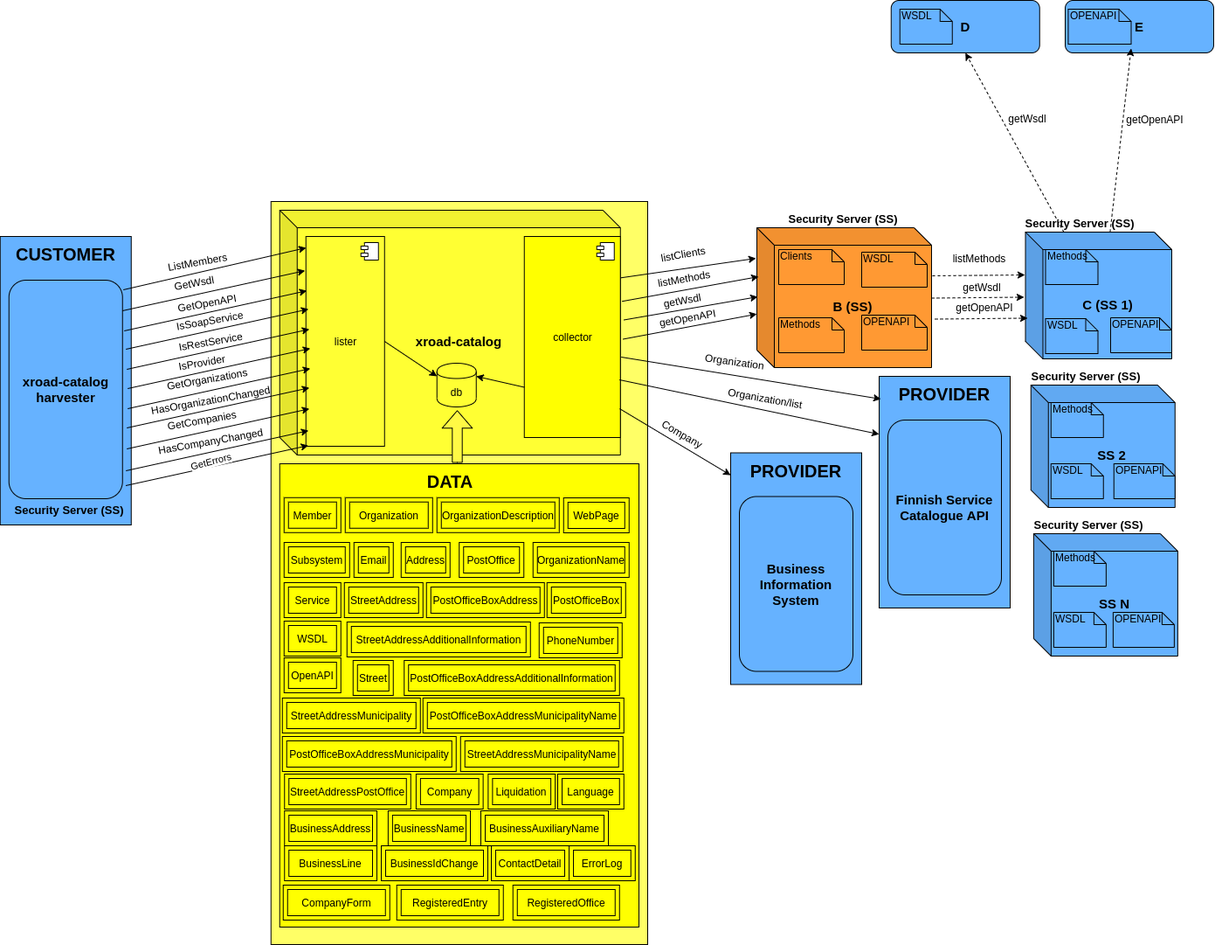
This is architecture.png from vrk-kpa/xroad-catalog, a draw.io export, as it was before one commit. Source tidied: cells renumbered, new cells last; positions are measured from the earlier drawing's top-left corner, leaving out a move shared by most shapes.
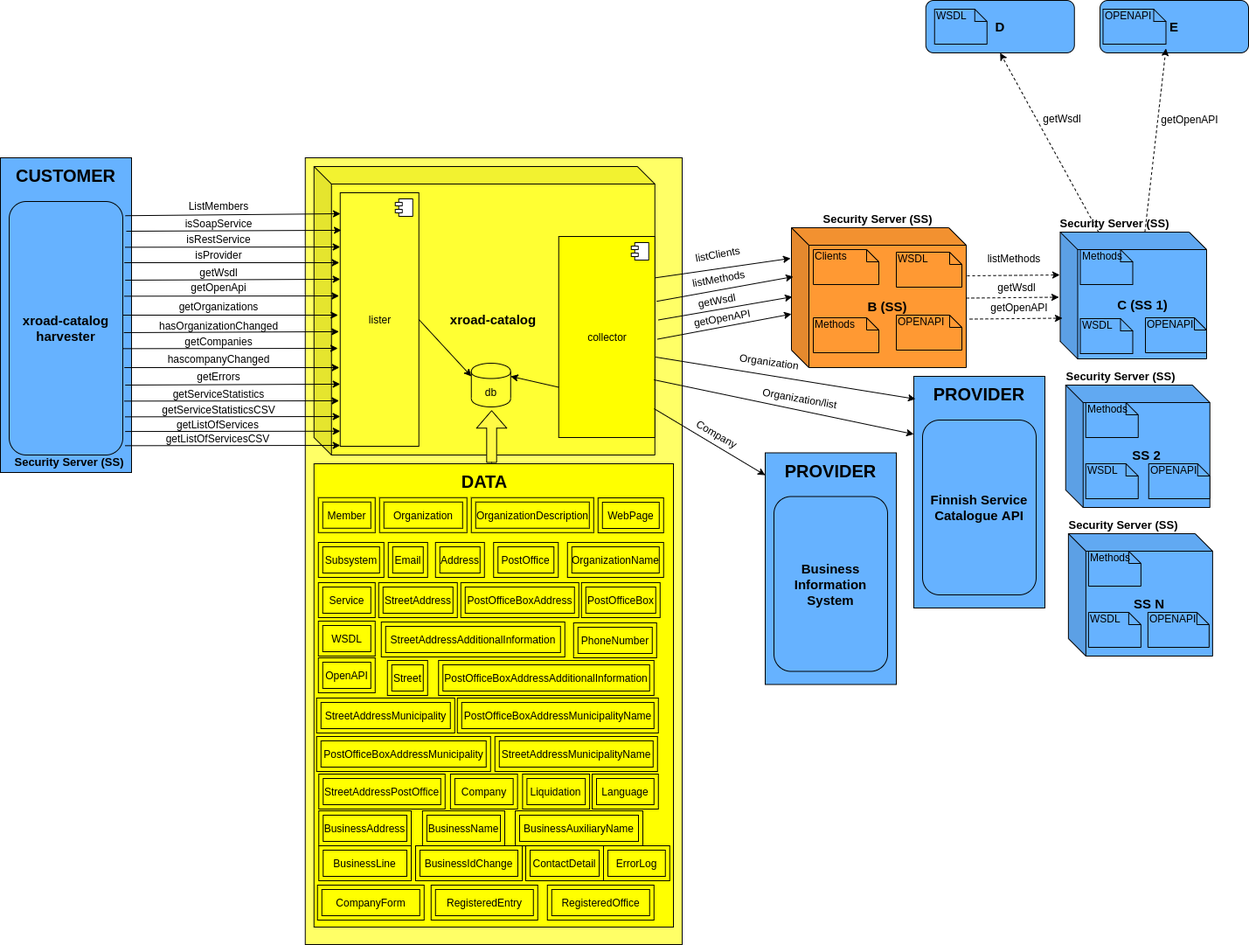
The same file after the commit.

Change to the diagram source:
```diff
@@ -109,9 +109,9 @@
     <mxCell id="34" style="rounded=0;whiteSpace=wrap;html=1;fontSize=15;fillColor=#FFFF66;" parent="1" vertex="1">
-      <mxGeometry x="309.8" y="230" width="431.2" height="850" as="geometry" />
+      <mxGeometry x="309.8" y="180" width="431.2" height="900" as="geometry" />
     </mxCell>
     <mxCell id="35" style="rounded=0;whiteSpace=wrap;html=1;fillColor=#66B2FF;fontSize=20;" parent="1" vertex="1">
-      <mxGeometry x="-0.2" y="270" width="150" height="330" as="geometry" />
+      <mxGeometry x="-39" y="180" width="150" height="360" as="geometry" />
     </mxCell>
     <mxCell id="36" value="xroad-catalog harvester" style="rounded=1;whiteSpace=wrap;html=1;fontSize=15;fontStyle=1;fillColor=#66B2FF;" parent="1" vertex="1">
-      <mxGeometry x="9.8" y="320" width="130" height="250" as="geometry" />
+      <mxGeometry x="-29" y="230" width="130" height="290" as="geometry" />
     </mxCell>
@@ -123,7 +123,7 @@
     </mxCell>
-    <mxCell id="39" value="ListMembers" style="text;html=1;strokeColor=none;fillColor=none;align=center;verticalAlign=middle;whiteSpace=wrap;rounded=0;rotation=-10;" parent="1" vertex="1">
-      <mxGeometry x="206" y="289" width="40" height="20" as="geometry" />
+    <mxCell id="39" value="ListMembers" style="text;html=1;strokeColor=none;fillColor=none;align=center;verticalAlign=middle;whiteSpace=wrap;rounded=0;rotation=0;" parent="1" vertex="1">
+      <mxGeometry x="191" y="225" width="40" height="20" as="geometry" />
     </mxCell>
     <mxCell id="40" value="&lt;b style=&quot;font-size: 20px&quot;&gt;CUSTOMER&lt;/b&gt;" style="text;html=1;strokeColor=none;fillColor=none;align=center;verticalAlign=middle;whiteSpace=wrap;rounded=0;fontSize=20;" parent="1" vertex="1">
-      <mxGeometry x="39.8" y="280" width="70" height="20" as="geometry" />
+      <mxGeometry x="1" y="190" width="70" height="20" as="geometry" />
     </mxCell>
@@ -133,9 +133,9 @@
     <mxCell id="42" value="&lt;b style=&quot;font-size: 13px;&quot;&gt;Security Server (SS)&lt;/b&gt;" style="text;html=1;strokeColor=none;fillColor=none;align=center;verticalAlign=middle;whiteSpace=wrap;rounded=0;fontSize=13;" parent="1" vertex="1">
-      <mxGeometry x="9.8" y="575" width="137.5" height="15" as="geometry" />
+      <mxGeometry x="-29" y="520" width="137.5" height="15" as="geometry" />
     </mxCell>
     <mxCell id="43" value="xroad-catalog" style="shape=cube;whiteSpace=wrap;html=1;boundedLbl=1;backgroundOutline=1;darkOpacity=0.05;darkOpacity2=0.1;fillColor=#FFFF33;fontSize=15;fontStyle=1;" parent="1" vertex="1">
-      <mxGeometry x="319.8" y="240" width="390" height="280" as="geometry" />
+      <mxGeometry x="319.8" y="190" width="390" height="330" as="geometry" />
     </mxCell>
     <mxCell id="44" value="lister" style="html=1;fillColor=#FFFF33;" parent="1" vertex="1">
-      <mxGeometry x="349.8" y="270" width="90" height="240" as="geometry" />
+      <mxGeometry x="349.8" y="220" width="90" height="290" as="geometry" />
     </mxCell>
@@ -157,25 +157,2 @@
     </mxCell>
-    <mxCell id="49" style="endArrow=classic;html=1;exitX=1;exitY=0.25;exitDx=0;exitDy=0;entryX=-0.011;entryY=0.163;entryDx=0;entryDy=0;entryPerimeter=0;" parent="1" edge="1" target="44">
-      <mxGeometry relative="1" as="geometry">
-        <mxPoint x="139.8" y="355" as="sourcePoint" />
-      </mxGeometry>
-    </mxCell>
-    <mxCell id="50" value="GetWsdl" style="text;html=1;strokeColor=none;fillColor=none;align=center;verticalAlign=middle;whiteSpace=wrap;rounded=0;rotation=-10;" parent="1" vertex="1">
-      <mxGeometry x="202" y="313" width="40" height="20" as="geometry" />
-    </mxCell>
-    <mxCell id="51" value="GetOpenAPI" style="text;html=1;strokeColor=none;fillColor=none;align=center;verticalAlign=middle;whiteSpace=wrap;rounded=0;rotation=-10;" parent="1" vertex="1">
-      <mxGeometry x="217" y="336" width="40" height="20" as="geometry" />
-    </mxCell>
-    <mxCell id="52" value="IsSoapService" style="text;html=1;strokeColor=none;fillColor=none;align=center;verticalAlign=middle;whiteSpace=wrap;rounded=0;rotation=-10;" parent="1" vertex="1">
-      <mxGeometry x="220" y="356" width="40" height="20" as="geometry" />
-    </mxCell>
-    <mxCell id="53" value="IsProvider" style="text;html=1;strokeColor=none;fillColor=none;align=center;verticalAlign=middle;whiteSpace=wrap;rounded=0;rotation=-10;" parent="1" vertex="1">
-      <mxGeometry x="211" y="404" width="40" height="20" as="geometry" />
-    </mxCell>
-    <mxCell id="54" value="GetOrganizations" style="text;html=1;strokeColor=none;fillColor=none;align=center;verticalAlign=middle;whiteSpace=wrap;rounded=0;rotation=-10;" parent="1" vertex="1">
-      <mxGeometry x="217" y="423" width="40" height="20" as="geometry" />
-    </mxCell>
-    <mxCell id="55" value="HasOrganizationChanged" style="text;html=1;strokeColor=none;fillColor=none;align=center;verticalAlign=middle;whiteSpace=wrap;rounded=0;rotation=-10;" parent="1" vertex="1">
-      <mxGeometry x="221" y="447" width="40" height="20" as="geometry" />
-    </mxCell>
     <mxCell id="56" style="endArrow=classic;html=1;exitX=1;exitY=0.5;exitDx=0;exitDy=0;entryX=0;entryY=0.3;entryDx=0;entryDy=0;" parent="1" edge="1" source="44" target="48">
@@ -183,10 +160,7 @@
     </mxCell>
-    <mxCell id="57" style="endArrow=classic;html=1;exitX=1;exitY=0.25;exitDx=0;exitDy=0;entryX=0.003;entryY=0.054;entryDx=0;entryDy=0;entryPerimeter=0;" parent="1" edge="1" target="44">
+    <mxCell id="57" style="endArrow=classic;html=1;exitX=1.023;exitY=0.056;exitDx=0;exitDy=0;exitPerimeter=0;" parent="1" edge="1" source="36">
       <mxGeometry relative="1" as="geometry">
-        <mxPoint x="140.8" y="331" as="sourcePoint" />
+        <mxPoint x="350" y="244" as="targetPoint" />
       </mxGeometry>
     </mxCell>
-    <mxCell id="58" value="IsRestService" style="text;html=1;strokeColor=none;fillColor=none;align=center;verticalAlign=middle;whiteSpace=wrap;rounded=0;rotation=-10;" parent="1" vertex="1">
-      <mxGeometry x="221" y="380" width="40" height="20" as="geometry" />
-    </mxCell>
     <mxCell id="59" style="endArrow=classic;html=1;entryX=1;entryY=0.3;entryDx=0;entryDy=0;exitX=0;exitY=0.75;exitDx=0;exitDy=0;" parent="1" edge="1" source="46" target="48">
@@ -351,56 +325,2 @@
     </mxCell>
-    <mxCell id="108" style="endArrow=classic;html=1;exitX=1;exitY=0.25;exitDx=0;exitDy=0;entryX=-0.011;entryY=0.163;entryDx=0;entryDy=0;entryPerimeter=0;" parent="1" edge="1">
-      <mxGeometry relative="1" as="geometry">
-        <mxPoint x="141.8" y="378" as="sourcePoint" />
-        <mxPoint x="350.8" y="332.1" as="targetPoint" />
-      </mxGeometry>
-    </mxCell>
-    <mxCell id="109" style="endArrow=classic;html=1;exitX=1;exitY=0.25;exitDx=0;exitDy=0;entryX=-0.011;entryY=0.163;entryDx=0;entryDy=0;entryPerimeter=0;" parent="1" edge="1">
-      <mxGeometry relative="1" as="geometry">
-        <mxPoint x="143.8" y="399" as="sourcePoint" />
-        <mxPoint x="352.8" y="353.1" as="targetPoint" />
-      </mxGeometry>
-    </mxCell>
-    <mxCell id="110" style="endArrow=classic;html=1;exitX=1;exitY=0.25;exitDx=0;exitDy=0;entryX=-0.011;entryY=0.163;entryDx=0;entryDy=0;entryPerimeter=0;" parent="1" edge="1">
-      <mxGeometry relative="1" as="geometry">
-        <mxPoint x="144.8" y="422" as="sourcePoint" />
-        <mxPoint x="353.8" y="376.1" as="targetPoint" />
-      </mxGeometry>
-    </mxCell>
-    <mxCell id="111" style="endArrow=classic;html=1;exitX=1;exitY=0.25;exitDx=0;exitDy=0;entryX=-0.011;entryY=0.163;entryDx=0;entryDy=0;entryPerimeter=0;" parent="1" edge="1">
-      <mxGeometry relative="1" as="geometry">
-        <mxPoint x="145.8" y="444" as="sourcePoint" />
-        <mxPoint x="354.8" y="398.1" as="targetPoint" />
-      </mxGeometry>
-    </mxCell>
-    <mxCell id="112" style="endArrow=classic;html=1;exitX=1;exitY=0.25;exitDx=0;exitDy=0;entryX=-0.011;entryY=0.163;entryDx=0;entryDy=0;entryPerimeter=0;" parent="1" edge="1">
-      <mxGeometry relative="1" as="geometry">
-        <mxPoint x="145.8" y="467" as="sourcePoint" />
-        <mxPoint x="354.8" y="421.1" as="targetPoint" />
-      </mxGeometry>
-    </mxCell>
-    <mxCell id="113" style="endArrow=classic;html=1;exitX=1;exitY=0.25;exitDx=0;exitDy=0;entryX=-0.011;entryY=0.163;entryDx=0;entryDy=0;entryPerimeter=0;" parent="1" edge="1">
-      <mxGeometry relative="1" as="geometry">
-        <mxPoint x="144.8" y="489" as="sourcePoint" />
-        <mxPoint x="353.8" y="443.1" as="targetPoint" />
-      </mxGeometry>
-    </mxCell>
-    <mxCell id="114" style="endArrow=classic;html=1;exitX=1;exitY=0.25;exitDx=0;exitDy=0;entryX=-0.011;entryY=0.163;entryDx=0;entryDy=0;entryPerimeter=0;" parent="1" edge="1">
-      <mxGeometry relative="1" as="geometry">
-        <mxPoint x="144.8" y="513" as="sourcePoint" />
-        <mxPoint x="353.8" y="467.1" as="targetPoint" />
-      </mxGeometry>
-    </mxCell>
-    <mxCell id="115" value="GetCompanies" style="text;html=1;strokeColor=none;fillColor=none;align=center;verticalAlign=middle;whiteSpace=wrap;rounded=0;rotation=-10;" parent="1" vertex="1">
-      <mxGeometry x="211" y="470" width="40" height="20" as="geometry" />
-    </mxCell>
-    <mxCell id="116" value="HasCompanyChanged" style="text;html=1;strokeColor=none;fillColor=none;align=center;verticalAlign=middle;whiteSpace=wrap;rounded=0;rotation=-10;" parent="1" vertex="1">
-      <mxGeometry x="221" y="494.1" width="40" height="20" as="geometry" />
-    </mxCell>
-    <mxCell id="117" style="endArrow=classic;html=1;exitX=1;exitY=0.25;exitDx=0;exitDy=0;entryX=-0.011;entryY=0.163;entryDx=0;entryDy=0;entryPerimeter=0;" parent="1" edge="1">
-      <mxGeometry relative="1" as="geometry">
-        <mxPoint x="143.8" y="538" as="sourcePoint" />
-        <mxPoint x="352.8" y="492.1" as="targetPoint" />
-      </mxGeometry>
-    </mxCell>
     <mxCell id="118" value="Liquidation" style="shape=ext;margin=3;double=1;whiteSpace=wrap;html=1;align=center;fillColor=#FFFF00;" parent="1" vertex="1">
@@ -441,13 +361,2 @@
     </mxCell>
-    <mxCell id="130" style="endArrow=classic;html=1;exitX=1;exitY=0.25;exitDx=0;exitDy=0;entryX=-0.011;entryY=0.163;entryDx=0;entryDy=0;entryPerimeter=0;" parent="1" edge="1">
-      <mxGeometry relative="1" as="geometry">
-        <mxPoint x="143.5" y="555" as="sourcePoint" />
-        <mxPoint x="352.5" y="509.1" as="targetPoint" />
-      </mxGeometry>
-    </mxCell>
-    <mxCell id="131" value="GetErrors" style="edgeLabel;html=1;align=center;verticalAlign=middle;rotation=-15;" parent="130" vertex="1">
-      <mxGeometry x="-0.17" y="3" relative="1" as="geometry">
-        <mxPoint x="10.2" y="-5.5" as="offset" />
-      </mxGeometry>
-    </mxCell>
     <mxCell id="132" value="ErrorLog" style="shape=ext;margin=3;double=1;whiteSpace=wrap;html=1;align=center;fillColor=#FFFF00;" parent="1" vertex="1">
@@ -455,2 +364,127 @@
     </mxCell>
+    <mxCell id="133" style="endArrow=classic;html=1;exitX=1.023;exitY=0.056;exitDx=0;exitDy=0;entryX=0.014;entryY=0.148;entryDx=0;entryDy=0;entryPerimeter=0;exitPerimeter=0;" parent="1" edge="1" target="44">
+      <mxGeometry relative="1" as="geometry">
+        <mxPoint x="105" y="264" as="sourcePoint" />
+      </mxGeometry>
+    </mxCell>
+    <mxCell id="134" style="endArrow=classic;html=1;exitX=1.023;exitY=0.056;exitDx=0;exitDy=0;exitPerimeter=0;" parent="1" edge="1">
+      <mxGeometry relative="1" as="geometry">
+        <mxPoint x="103.7" y="282.3" as="sourcePoint" />
+        <mxPoint x="349.8" y="282" as="targetPoint" />
+      </mxGeometry>
+    </mxCell>
+    <mxCell id="135" style="endArrow=classic;html=1;exitX=1.023;exitY=0.056;exitDx=0;exitDy=0;exitPerimeter=0;" parent="1" edge="1">
+      <mxGeometry relative="1" as="geometry">
+        <mxPoint x="102.7" y="300" as="sourcePoint" />
+        <mxPoint x="348.7" y="300" as="targetPoint" />
+      </mxGeometry>
+    </mxCell>
+    <mxCell id="136" style="endArrow=classic;html=1;exitX=1.023;exitY=0.056;exitDx=0;exitDy=0;entryX=0.014;entryY=0.148;entryDx=0;entryDy=0;entryPerimeter=0;exitPerimeter=0;" parent="1" edge="1">
+      <mxGeometry relative="1" as="geometry">
+        <mxPoint x="103.7" y="320" as="sourcePoint" />
+        <mxPoint x="349.8" y="318.9" as="targetPoint" />
+      </mxGeometry>
+    </mxCell>
+    <mxCell id="137" style="endArrow=classic;html=1;exitX=1.023;exitY=0.056;exitDx=0;exitDy=0;exitPerimeter=0;" parent="1" edge="1">
+      <mxGeometry relative="1" as="geometry">
+        <mxPoint x="102.5" y="338.3" as="sourcePoint" />
+        <mxPoint x="348.5" y="338" as="targetPoint" />
+      </mxGeometry>
+    </mxCell>
+    <mxCell id="138" style="endArrow=classic;html=1;exitX=1.023;exitY=0.056;exitDx=0;exitDy=0;exitPerimeter=0;" parent="1" edge="1">
+      <mxGeometry relative="1" as="geometry">
+        <mxPoint x="101.2" y="360" as="sourcePoint" />
+        <mxPoint x="347.2" y="360" as="targetPoint" />
+      </mxGeometry>
+    </mxCell>
+    <mxCell id="139" style="endArrow=classic;html=1;exitX=1.023;exitY=0.056;exitDx=0;exitDy=0;entryX=0.014;entryY=0.148;entryDx=0;entryDy=0;entryPerimeter=0;exitPerimeter=0;" parent="1" edge="1">
+      <mxGeometry relative="1" as="geometry">
+        <mxPoint x="102.2" y="380" as="sourcePoint" />
+        <mxPoint x="348.3" y="378.9" as="targetPoint" />
+      </mxGeometry>
+    </mxCell>
+    <mxCell id="140" style="endArrow=classic;html=1;exitX=1.023;exitY=0.056;exitDx=0;exitDy=0;exitPerimeter=0;" parent="1" edge="1">
+      <mxGeometry relative="1" as="geometry">
+        <mxPoint x="101" y="398.3" as="sourcePoint" />
+        <mxPoint x="347" y="398" as="targetPoint" />
+      </mxGeometry>
+    </mxCell>
+    <mxCell id="141" style="endArrow=classic;html=1;exitX=1.023;exitY=0.056;exitDx=0;exitDy=0;exitPerimeter=0;" parent="1" edge="1">
+      <mxGeometry relative="1" as="geometry">
+        <mxPoint x="102.7" y="420" as="sourcePoint" />
+        <mxPoint x="348.7" y="420" as="targetPoint" />
+      </mxGeometry>
+    </mxCell>
+    <mxCell id="142" style="endArrow=classic;html=1;exitX=1.023;exitY=0.056;exitDx=0;exitDy=0;entryX=0.014;entryY=0.148;entryDx=0;entryDy=0;entryPerimeter=0;exitPerimeter=0;" parent="1" edge="1">
+      <mxGeometry relative="1" as="geometry">
+        <mxPoint x="103.7" y="440" as="sourcePoint" />
+        <mxPoint x="349.8" y="438.9" as="targetPoint" />
+      </mxGeometry>
+    </mxCell>
+    <mxCell id="143" style="endArrow=classic;html=1;exitX=1.023;exitY=0.056;exitDx=0;exitDy=0;exitPerimeter=0;" parent="1" edge="1">
+      <mxGeometry relative="1" as="geometry">
+        <mxPoint x="102.5" y="458.3" as="sourcePoint" />
+        <mxPoint x="348.5" y="458" as="targetPoint" />
+      </mxGeometry>
+    </mxCell>
+    <mxCell id="144" value="isSoapService" style="text;html=1;strokeColor=none;fillColor=none;align=center;verticalAlign=middle;whiteSpace=wrap;rounded=0;rotation=0;" parent="1" vertex="1">
+      <mxGeometry x="191" y="245" width="40" height="20" as="geometry" />
+    </mxCell>
+    <mxCell id="145" value="isRestService" style="text;html=1;strokeColor=none;fillColor=none;align=center;verticalAlign=middle;whiteSpace=wrap;rounded=0;rotation=0;" parent="1" vertex="1">
+      <mxGeometry x="191" y="263" width="40" height="20" as="geometry" />
+    </mxCell>
+    <mxCell id="146" value="isProvider" style="text;html=1;strokeColor=none;fillColor=none;align=center;verticalAlign=middle;whiteSpace=wrap;rounded=0;rotation=0;" parent="1" vertex="1">
+      <mxGeometry x="191" y="281" width="40" height="20" as="geometry" />
+    </mxCell>
+    <mxCell id="147" value="getWsdl" style="text;html=1;strokeColor=none;fillColor=none;align=center;verticalAlign=middle;whiteSpace=wrap;rounded=0;rotation=0;" parent="1" vertex="1">
+      <mxGeometry x="191" y="301" width="40" height="20" as="geometry" />
+    </mxCell>
+    <mxCell id="148" value="getOpenApi" style="text;html=1;strokeColor=none;fillColor=none;align=center;verticalAlign=middle;whiteSpace=wrap;rounded=0;rotation=0;" parent="1" vertex="1">
+      <mxGeometry x="191" y="318" width="40" height="20" as="geometry" />
+    </mxCell>
+    <mxCell id="149" value="getOrganizations" style="text;html=1;strokeColor=none;fillColor=none;align=center;verticalAlign=middle;whiteSpace=wrap;rounded=0;rotation=0;" parent="1" vertex="1">
+      <mxGeometry x="191" y="340" width="40" height="20" as="geometry" />
+    </mxCell>
+    <mxCell id="150" value="hasOrganizationChanged" style="text;html=1;strokeColor=none;fillColor=none;align=center;verticalAlign=middle;whiteSpace=wrap;rounded=0;rotation=0;" parent="1" vertex="1">
+      <mxGeometry x="191" y="362" width="40" height="20" as="geometry" />
+    </mxCell>
+    <mxCell id="151" value="getCompanies" style="text;html=1;strokeColor=none;fillColor=none;align=center;verticalAlign=middle;whiteSpace=wrap;rounded=0;rotation=0;" parent="1" vertex="1">
+      <mxGeometry x="191" y="380" width="40" height="20" as="geometry" />
+    </mxCell>
+    <mxCell id="152" value="hascompanyChanged" style="text;html=1;strokeColor=none;fillColor=none;align=center;verticalAlign=middle;whiteSpace=wrap;rounded=0;rotation=0;" parent="1" vertex="1">
+      <mxGeometry x="191" y="400" width="40" height="20" as="geometry" />
+    </mxCell>
+    <mxCell id="153" value="getErrors" style="text;html=1;strokeColor=none;fillColor=none;align=center;verticalAlign=middle;whiteSpace=wrap;rounded=0;rotation=0;" parent="1" vertex="1">
+      <mxGeometry x="191" y="420" width="40" height="20" as="geometry" />
+    </mxCell>
+    <mxCell id="154" value="getServiceStatistics" style="text;html=1;strokeColor=none;fillColor=none;align=center;verticalAlign=middle;whiteSpace=wrap;rounded=0;rotation=0;" parent="1" vertex="1">
+      <mxGeometry x="191" y="440" width="40" height="20" as="geometry" />
+    </mxCell>
+    <mxCell id="155" style="endArrow=classic;html=1;exitX=1.023;exitY=0.056;exitDx=0;exitDy=0;exitPerimeter=0;" parent="1" edge="1">
+      <mxGeometry relative="1" as="geometry">
+        <mxPoint x="103.7" y="476.3" as="sourcePoint" />
+        <mxPoint x="349.7" y="476" as="targetPoint" />
+      </mxGeometry>
+    </mxCell>
+    <mxCell id="156" style="endArrow=classic;html=1;exitX=1.023;exitY=0.056;exitDx=0;exitDy=0;exitPerimeter=0;" parent="1" edge="1">
+      <mxGeometry relative="1" as="geometry">
+        <mxPoint x="103.7" y="493.1" as="sourcePoint" />
+        <mxPoint x="349.7" y="492.8" as="targetPoint" />
+      </mxGeometry>
+    </mxCell>
+    <mxCell id="157" style="endArrow=classic;html=1;exitX=1.023;exitY=0.056;exitDx=0;exitDy=0;exitPerimeter=0;" parent="1" edge="1">
+      <mxGeometry relative="1" as="geometry">
+        <mxPoint x="103.7" y="509.3" as="sourcePoint" />
+        <mxPoint x="349.7" y="509" as="targetPoint" />
+      </mxGeometry>
+    </mxCell>
+    <mxCell id="158" value="getServiceStatisticsCSV" style="text;html=1;strokeColor=none;fillColor=none;align=center;verticalAlign=middle;whiteSpace=wrap;rounded=0;rotation=0;" parent="1" vertex="1">
+      <mxGeometry x="191" y="458" width="40" height="20" as="geometry" />
+    </mxCell>
+    <mxCell id="159" value="getListOfServices" style="text;html=1;strokeColor=none;fillColor=none;align=center;verticalAlign=middle;whiteSpace=wrap;rounded=0;rotation=0;" parent="1" vertex="1">
+      <mxGeometry x="190" y="475" width="40" height="20" as="geometry" />
+    </mxCell>
+    <mxCell id="160" value="getListOfServicesCSV" style="text;html=1;strokeColor=none;fillColor=none;align=center;verticalAlign=middle;whiteSpace=wrap;rounded=0;rotation=0;" parent="1" vertex="1">
+      <mxGeometry x="190" y="491" width="40" height="20" as="geometry" />
+    </mxCell>
   </root>
```
